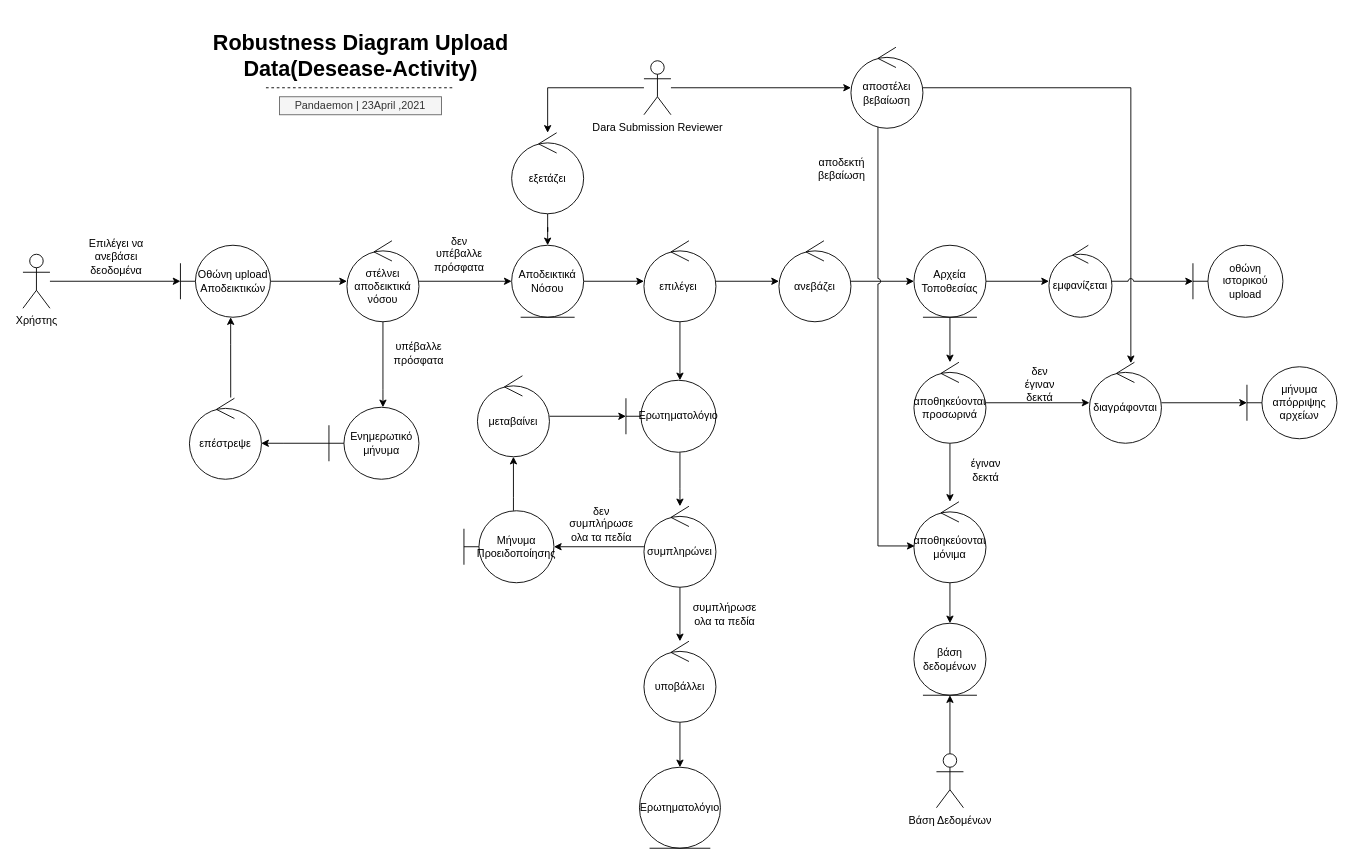
Earlier version of the draw.io diagram Documents/DrawioResources/3rd cycle/RobustnessUploadData.drawio (Mario-Sama/SoftEngProject2021). Source tidied: cells renumbered, new cells numbered last; positions are measured from the earlier drawing's top-left corner, leaving out a move shared by most shapes. Both pictures are drawn from the tidied source at 90%, with x=0, y=0 at pixel (22, 24).
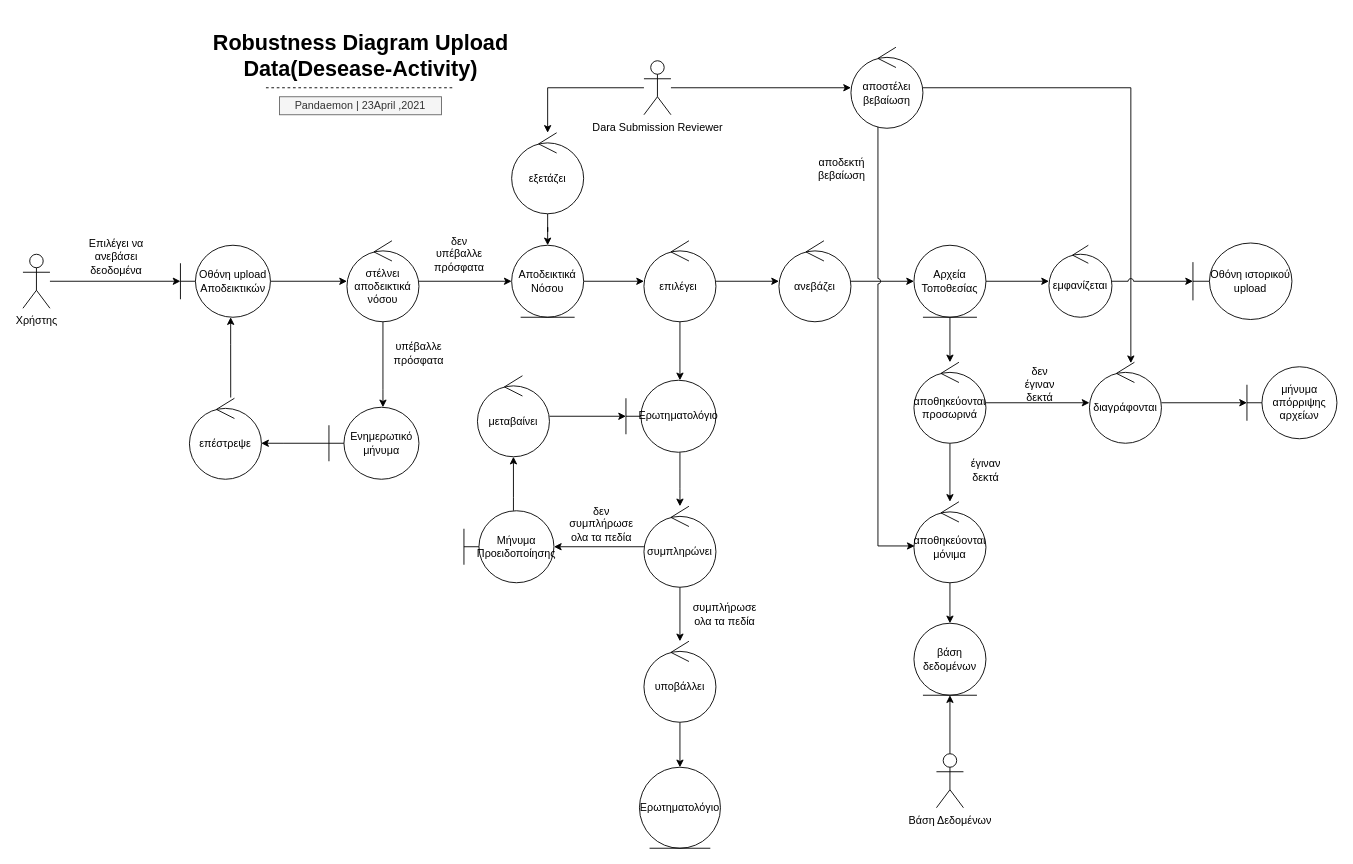
The same diagram, later.

Commit message (it also covers changes not shown here):
Updated Robustness/Pictures Marios +

Change to the diagram source:
```diff
@@
-    <mxCell id="9" value="Οθώνη upload Αποδεικτικών" style="shape=umlBoundary;whiteSpace=wrap;html=1;" parent="1" vertex="1">
+    <mxCell id="9" value="Οθόνη upload Αποδεικτικών" style="shape=umlBoundary;whiteSpace=wrap;html=1;" parent="1" vertex="1">
       <mxGeometry x="175" y="245" width="100" height="80" as="geometry" />
     </mxCell>
@@
-    <mxCell id="60" value="οθώνη ιστορικού upload" style="shape=umlBoundary;whiteSpace=wrap;html=1;" parent="1" vertex="1">
-      <mxGeometry x="1300" y="245" width="100" height="80" as="geometry" />
+    <mxCell id="60" value="Οθόνη&amp;nbsp;ιστορικού upload" style="shape=umlBoundary;whiteSpace=wrap;html=1;" parent="1" vertex="1">
+      <mxGeometry x="1300" y="242.5" width="110" height="85" as="geometry" />
     </mxCell>
```
